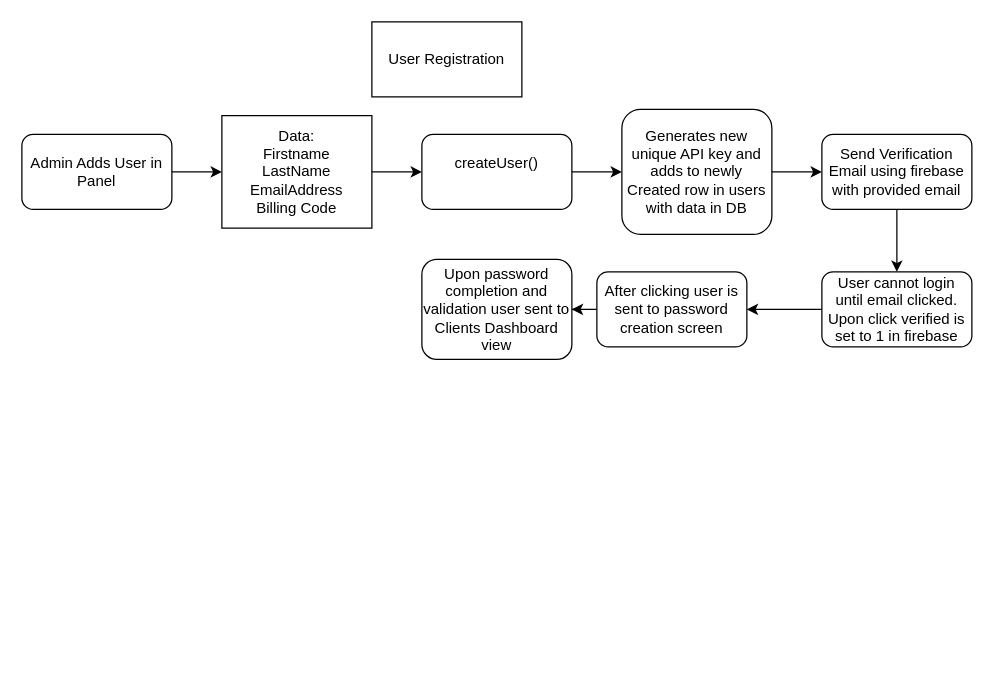
This is .drawio from JosefSaltz/javascript30, a draw.io file, before an edit. Source tidied: cells renumbered, new cells numbered last; positions are measured from the earlier drawing's top-left corner, leaving out a move shared by most shapes. Both pictures are drawn from the tidied source at 125%, with x=0, y=0 at pixel (21, 21).
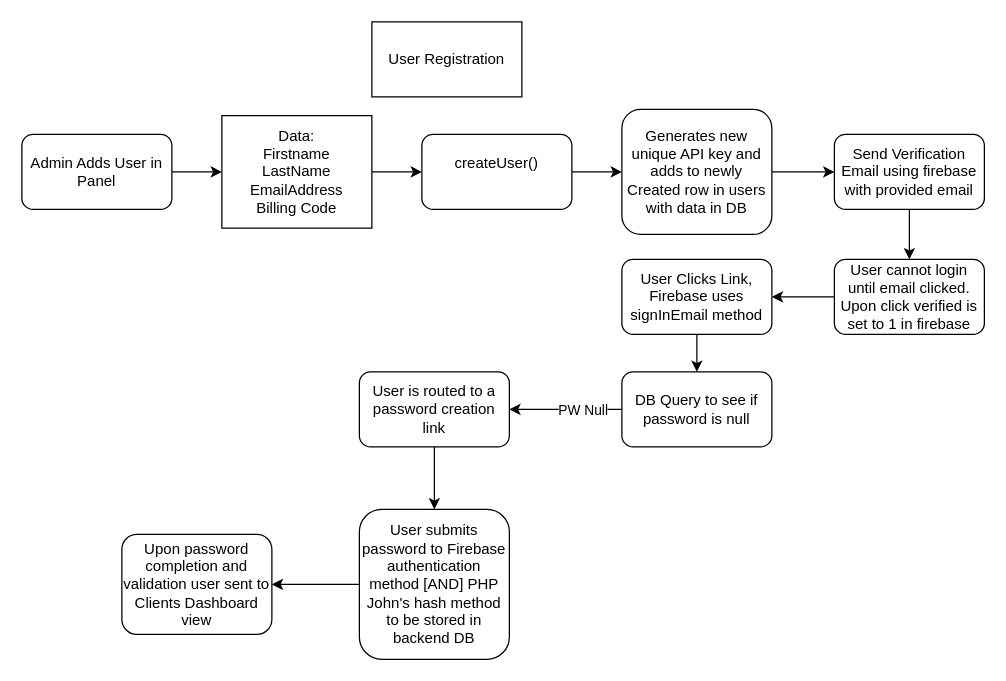
The same diagram, later.

Diff of the diagram source:
```diff
@@
     <mxCell id="12" value="Send Verification Email using firebase with provided email" style="rounded=1;whiteSpace=wrap;html=1;" parent="1" vertex="1">
-      <mxGeometry x="640" y="90" width="120" height="60" as="geometry" />
+      <mxGeometry x="650" y="90" width="120" height="60" as="geometry" />
     </mxCell>
@@
     <mxCell id="14" value="User cannot login until email clicked. Upon click verified is set to 1 in firebase" style="rounded=1;whiteSpace=wrap;html=1;" parent="1" vertex="1">
-      <mxGeometry x="640" y="200" width="120" height="60" as="geometry" />
+      <mxGeometry x="650" y="190" width="120" height="60" as="geometry" />
     </mxCell>
-    <mxCell id="15" style="edgeStyle=orthogonalEdgeStyle;rounded=0;jettySize=auto;html=1;" parent="1" edge="1" source="16" target="17">
-      <mxGeometry relative="1" as="geometry" />
-    </mxCell>
+    <mxCell id="18" style="edgeStyle=orthogonalEdgeStyle;rounded=0;jettySize=auto;html=1;" parent="1" edge="1" source="16" target="21">
+      <mxGeometry relative="1" as="geometry" />
+    </mxCell>
-    <mxCell id="16" value="After clicking user is sent to password creation screen" style="rounded=1;whiteSpace=wrap;html=1;" parent="1" vertex="1">
-      <mxGeometry x="460" y="200" width="120" height="60" as="geometry" />
+    <mxCell id="16" value="User Clicks Link, Firebase uses signInEmail method" style="rounded=1;whiteSpace=wrap;html=1;" parent="1" vertex="1">
+      <mxGeometry x="480" y="190" width="120" height="60" as="geometry" />
     </mxCell>
     <mxCell id="17" value="Upon password completion and validation user sent to Clients Dashboard view" style="rounded=1;whiteSpace=wrap;html=1;" parent="1" vertex="1">
-      <mxGeometry x="320" y="190" width="120" height="80" as="geometry" />
+      <mxGeometry x="80" y="410" width="120" height="80" as="geometry" />
     </mxCell>
+    <mxCell id="19" style="edgeStyle=orthogonalEdgeStyle;rounded=0;jettySize=auto;html=1;" parent="1" edge="1" source="21" target="23">
+      <mxGeometry relative="1" as="geometry" />
+    </mxCell>
+    <mxCell id="20" value="PW Null" style="edgeLabel;html=1;align=center;verticalAlign=middle;" parent="19" vertex="1">
+      <mxGeometry x="-0.29" relative="1" as="geometry" />
+    </mxCell>
+    <mxCell id="21" value="DB Query to see if password is null" style="rounded=1;whiteSpace=wrap;html=1;" parent="1" vertex="1">
+      <mxGeometry x="480" y="280" width="120" height="60" as="geometry" />
+    </mxCell>
+    <mxCell id="22" style="edgeStyle=orthogonalEdgeStyle;rounded=0;jettySize=auto;html=1;" parent="1" edge="1" source="23" target="25">
+      <mxGeometry relative="1" as="geometry" />
+    </mxCell>
+    <mxCell id="23" value="User is routed to a password creation link" style="rounded=1;whiteSpace=wrap;html=1;" parent="1" vertex="1">
+      <mxGeometry x="270" y="280" width="120" height="60" as="geometry" />
+    </mxCell>
+    <mxCell id="24" style="edgeStyle=orthogonalEdgeStyle;rounded=0;jettySize=auto;html=1;entryX=1;entryY=0.5;entryDx=0;entryDy=0;" parent="1" edge="1" source="25" target="17">
+      <mxGeometry relative="1" as="geometry" />
+    </mxCell>
+    <mxCell id="25" value="User submits password to Firebase authentication method [AND] PHP John's hash method to be stored in backend DB" style="whiteSpace=wrap;html=1;rounded=1;" parent="1" vertex="1">
+      <mxGeometry x="270" y="390" width="120" height="120" as="geometry" />
+    </mxCell>
```
